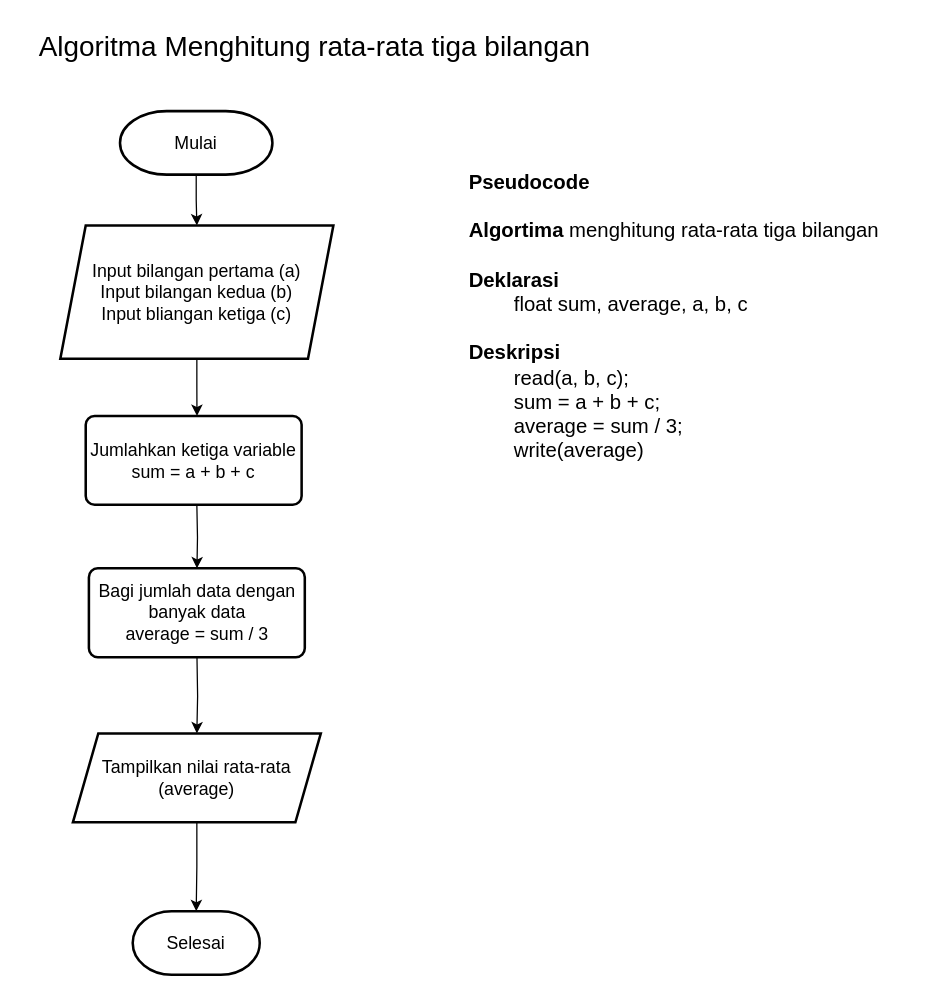
HarisHerdiansyah/tugas-alprog keeps this draw.io diagram as tugas-001/rata_rata_tiga_bilangan.drawio. Above is the earlier version. Source tidied: cells renumbered, new cells numbered last; positions are measured from the earlier drawing's top-left corner, leaving out a move shared by most shapes. Both pictures are drawn from the tidied source at 127%, with x=0, y=0 at pixel (22, 22).
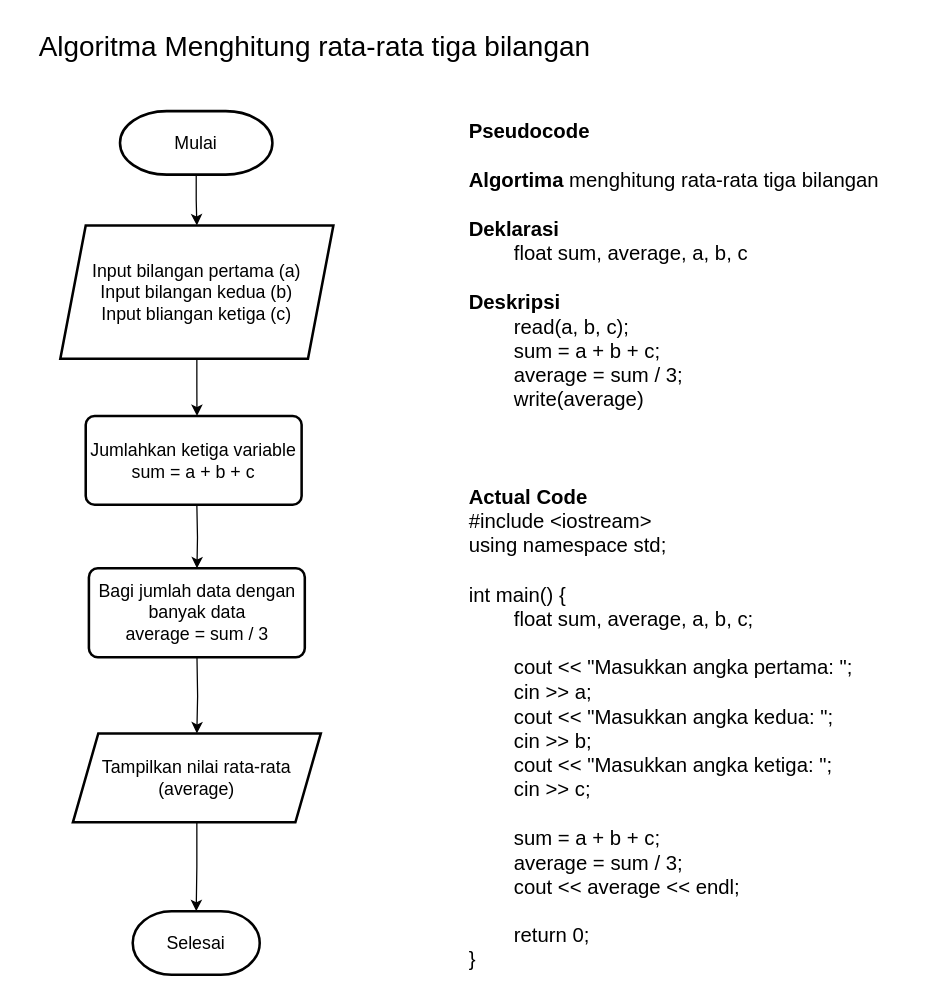
The same diagram, later.

What changed in the source:
```diff
@@
 <mxGraphModel>
   <root>
     <mxCell id="0" />
     <mxCell id="1" parent="0" />
     <mxCell id="2" style="edgeStyle=orthogonalEdgeStyle;rounded=0;jettySize=auto;html=1;" parent="1" edge="1" source="3" target="5">
       <mxGeometry relative="1" as="geometry" />
     </mxCell>
     <mxCell id="3" value="&lt;font style=&quot;font-size: 14px;&quot;&gt;Mulai&lt;/font&gt;" style="strokeWidth=2;html=1;shape=mxgraph.flowchart.terminator;whiteSpace=wrap;" parent="1" vertex="1">
       <mxGeometry x="77" y="70" width="120" height="50" as="geometry" />
     </mxCell>
     <mxCell id="4" style="edgeStyle=orthogonalEdgeStyle;rounded=0;jettySize=auto;html=1;" parent="1" edge="1" source="5">
       <mxGeometry relative="1" as="geometry">
         <mxPoint x="137.6" y="310" as="targetPoint" />
       </mxGeometry>
     </mxCell>
     <mxCell id="5" value="&lt;font style=&quot;font-size: 14px;&quot;&gt;Input bilangan pertama (a)&lt;/font&gt;&lt;div style=&quot;font-size: 14px;&quot;&gt;&lt;font style=&quot;font-size: 14px;&quot;&gt;Input bilangan kedua (b)&lt;/font&gt;&lt;/div&gt;&lt;div style=&quot;font-size: 14px;&quot;&gt;&lt;font style=&quot;font-size: 14px;&quot;&gt;Input bliangan ketiga (c)&lt;/font&gt;&lt;/div&gt;" style="shape=parallelogram;perimeter=parallelogramPerimeter;whiteSpace=wrap;html=1;fixedSize=1;strokeWidth=2;" parent="1" vertex="1">
       <mxGeometry x="30" y="160" width="215" height="105" as="geometry" />
     </mxCell>
     <mxCell id="6" style="edgeStyle=orthogonalEdgeStyle;rounded=0;orthogonalLoop=1;jettySize=auto;html=1;" parent="1" edge="1">
       <mxGeometry relative="1" as="geometry">
         <mxPoint x="137.5" y="380" as="sourcePoint" />
         <mxPoint x="137.6" y="430" as="targetPoint" />
       </mxGeometry>
     </mxCell>
     <mxCell id="7" style="edgeStyle=orthogonalEdgeStyle;rounded=0;jettySize=auto;html=1;" parent="1" edge="1" target="9">
       <mxGeometry relative="1" as="geometry">
         <mxPoint x="137.6" y="500" as="sourcePoint" />
       </mxGeometry>
     </mxCell>
     <mxCell id="8" style="edgeStyle=orthogonalEdgeStyle;rounded=0;jettySize=auto;html=1;" parent="1" edge="1" source="9" target="10">
       <mxGeometry relative="1" as="geometry" />
     </mxCell>
     <mxCell id="9" value="&lt;font style=&quot;font-size: 14px;&quot;&gt;Tampilkan nilai rata-rata&lt;/font&gt;&lt;div style=&quot;font-size: 14px;&quot;&gt;&lt;font style=&quot;font-size: 14px;&quot;&gt;(average)&lt;/font&gt;&lt;/div&gt;" style="shape=parallelogram;perimeter=parallelogramPerimeter;whiteSpace=wrap;html=1;fixedSize=1;strokeWidth=2;" parent="1" vertex="1">
       <mxGeometry x="39.9" y="560" width="195.2" height="70" as="geometry" />
     </mxCell>
     <mxCell id="10" value="&lt;font style=&quot;font-size: 14px;&quot;&gt;Selesai&lt;/font&gt;" style="strokeWidth=2;html=1;shape=mxgraph.flowchart.terminator;whiteSpace=wrap;" parent="1" vertex="1">
       <mxGeometry x="87" y="700" width="100" height="50" as="geometry" />
     </mxCell>
     <mxCell id="11" value="&lt;font style=&quot;font-size: 14px;&quot;&gt;Jumlahkan ketiga variable&lt;/font&gt;&lt;div style=&quot;font-size: 14px;&quot;&gt;&lt;font style=&quot;font-size: 14px;&quot;&gt;sum = a + b + c&lt;/font&gt;&lt;/div&gt;" style="rounded=1;whiteSpace=wrap;html=1;absoluteArcSize=1;arcSize=14;strokeWidth=2;" parent="1" vertex="1">
       <mxGeometry x="50" y="310" width="170" height="70" as="geometry" />
     </mxCell>
     <mxCell id="12" value="&lt;font style=&quot;font-size: 14px;&quot;&gt;Bagi jumlah data dengan banyak data&lt;/font&gt;&lt;div style=&quot;font-size: 14px;&quot;&gt;average = sum / 3&lt;/div&gt;" style="rounded=1;whiteSpace=wrap;html=1;absoluteArcSize=1;arcSize=14;strokeWidth=2;" parent="1" vertex="1">
       <mxGeometry x="52.5" y="430" width="170" height="70" as="geometry" />
     </mxCell>
     <mxCell id="13" value="&lt;font style=&quot;font-size: 22px;&quot;&gt;Algoritma Menghitung rata-rata tiga bilangan&lt;/font&gt;" style="text;html=1;align=center;verticalAlign=middle;strokeColor=none;fillColor=none;" parent="1" vertex="1">
       <mxGeometry width="460" height="40" as="geometry" />
     </mxCell>
-    <mxCell id="14" value="&lt;div&gt;&lt;font style=&quot;font-size: 16px;&quot;&gt;&lt;b&gt;Pseudocode&lt;/b&gt;&lt;/font&gt;&lt;/div&gt;&lt;div&gt;&lt;font style=&quot;font-size: 16px;&quot;&gt;&lt;br&gt;&lt;/font&gt;&lt;/div&gt;&lt;font style=&quot;font-size: 16px;&quot;&gt;&lt;b&gt;Algortima&lt;/b&gt; menghitung rata-rata tiga bilangan&lt;/font&gt;&lt;div style=&quot;font-size: 16px;&quot;&gt;&lt;font style=&quot;font-size: 16px;&quot;&gt;&lt;br&gt;&lt;/font&gt;&lt;/div&gt;&lt;div style=&quot;font-size: 16px;&quot;&gt;&lt;font style=&quot;font-size: 16px;&quot;&gt;&lt;b&gt;Deklarasi&lt;/b&gt;&lt;/font&gt;&lt;/div&gt;&lt;div style=&quot;font-size: 16px;&quot;&gt;&lt;font style=&quot;font-size: 16px;&quot;&gt;&lt;span style=&quot;white-space: pre;&quot;&gt;&#9;&lt;/span&gt;float sum, average, a, b, c&lt;br&gt;&lt;/font&gt;&lt;/div&gt;&lt;div style=&quot;font-size: 16px;&quot;&gt;&lt;font style=&quot;font-size: 16px;&quot;&gt;&lt;br&gt;&lt;/font&gt;&lt;/div&gt;&lt;div style=&quot;font-size: 16px;&quot;&gt;&lt;font style=&quot;font-size: 16px;&quot;&gt;&lt;b&gt;Deskripsi&lt;/b&gt;&lt;/font&gt;&lt;/div&gt;&lt;div style=&quot;font-size: 16px;&quot;&gt;&lt;font style=&quot;font-size: 16px;&quot;&gt;&lt;span style=&quot;white-space: pre;&quot;&gt;&#9;&lt;/span&gt;read(a, b, c);&lt;br&gt;&lt;/font&gt;&lt;/div&gt;&lt;div style=&quot;font-size: 16px;&quot;&gt;&lt;font style=&quot;font-size: 16px;&quot;&gt;&lt;span style=&quot;white-space: pre;&quot;&gt;&#9;&lt;/span&gt;sum = a + b + c;&lt;br&gt;&lt;/font&gt;&lt;/div&gt;&lt;div style=&quot;font-size: 16px;&quot;&gt;&lt;font style=&quot;font-size: 16px;&quot;&gt;&lt;span style=&quot;white-space: pre;&quot;&gt;&#9;&lt;/span&gt;average = sum / 3;&lt;br&gt;&lt;/font&gt;&lt;/div&gt;&lt;div style=&quot;font-size: 16px;&quot;&gt;&lt;font style=&quot;font-size: 16px;&quot;&gt;&lt;span style=&quot;white-space: pre;&quot;&gt;&#9;&lt;/span&gt;write(average)&lt;br&gt;&lt;/font&gt;&lt;/div&gt;&lt;div style=&quot;font-size: 16px;&quot;&gt;&lt;br&gt;&lt;/div&gt;" style="text;html=1;align=left;verticalAlign=top;strokeColor=none;fillColor=none;" parent="1" vertex="1">
-      <mxGeometry x="350" y="110" width="350" height="260" as="geometry" />
+    <mxCell id="14" value="&lt;div&gt;&lt;font style=&quot;font-size: 16px;&quot;&gt;&lt;b&gt;Pseudocode&lt;/b&gt;&lt;/font&gt;&lt;/div&gt;&lt;div&gt;&lt;font style=&quot;font-size: 16px;&quot;&gt;&lt;br&gt;&lt;/font&gt;&lt;/div&gt;&lt;font style=&quot;font-size: 16px;&quot;&gt;&lt;b&gt;Algortima&lt;/b&gt; menghitung rata-rata tiga bilangan&lt;/font&gt;&lt;div style=&quot;font-size: 16px;&quot;&gt;&lt;font style=&quot;font-size: 16px;&quot;&gt;&lt;br&gt;&lt;/font&gt;&lt;/div&gt;&lt;div style=&quot;font-size: 16px;&quot;&gt;&lt;font style=&quot;font-size: 16px;&quot;&gt;&lt;b&gt;Deklarasi&lt;/b&gt;&lt;/font&gt;&lt;/div&gt;&lt;div style=&quot;font-size: 16px;&quot;&gt;&lt;font style=&quot;font-size: 16px;&quot;&gt;&lt;span style=&quot;white-space: pre;&quot;&gt;&#9;&lt;/span&gt;float sum, average, a, b, c&lt;br&gt;&lt;/font&gt;&lt;/div&gt;&lt;div style=&quot;font-size: 16px;&quot;&gt;&lt;font style=&quot;font-size: 16px;&quot;&gt;&lt;br&gt;&lt;/font&gt;&lt;/div&gt;&lt;div style=&quot;font-size: 16px;&quot;&gt;&lt;font style=&quot;font-size: 16px;&quot;&gt;&lt;b&gt;Deskripsi&lt;/b&gt;&lt;/font&gt;&lt;/div&gt;&lt;div style=&quot;font-size: 16px;&quot;&gt;&lt;font style=&quot;font-size: 16px;&quot;&gt;&lt;span style=&quot;white-space: pre;&quot;&gt;&#9;&lt;/span&gt;read(a, b, c);&lt;br&gt;&lt;/font&gt;&lt;/div&gt;&lt;div style=&quot;font-size: 16px;&quot;&gt;&lt;font style=&quot;font-size: 16px;&quot;&gt;&lt;span style=&quot;white-space: pre;&quot;&gt;&#9;&lt;/span&gt;sum = a + b + c;&lt;br&gt;&lt;/font&gt;&lt;/div&gt;&lt;div style=&quot;font-size: 16px;&quot;&gt;&lt;font style=&quot;font-size: 16px;&quot;&gt;&lt;span style=&quot;white-space: pre;&quot;&gt;&#9;&lt;/span&gt;average = sum / 3;&lt;br&gt;&lt;/font&gt;&lt;/div&gt;&lt;div style=&quot;font-size: 16px;&quot;&gt;&lt;font style=&quot;font-size: 16px;&quot;&gt;&lt;span style=&quot;white-space: pre;&quot;&gt;&#9;&lt;/span&gt;write(average)&lt;br&gt;&lt;/font&gt;&lt;/div&gt;&lt;div style=&quot;font-size: 16px;&quot;&gt;&lt;br&gt;&lt;/div&gt;&lt;div style=&quot;font-size: 16px;&quot;&gt;&lt;br&gt;&lt;/div&gt;&lt;div style=&quot;font-size: 16px;&quot;&gt;&lt;br&gt;&lt;/div&gt;&lt;div style=&quot;font-size: 16px;&quot;&gt;&lt;b&gt;Actual Code&lt;/b&gt;&lt;/div&gt;&lt;div style=&quot;font-size: 16px;&quot;&gt;#include &amp;lt;iostream&amp;gt;&lt;/div&gt;&lt;div style=&quot;font-size: 16px;&quot;&gt;using namespace std;&lt;/div&gt;&lt;div style=&quot;font-size: 16px;&quot;&gt;&lt;br&gt;&lt;/div&gt;&lt;div style=&quot;font-size: 16px;&quot;&gt;int main() {&lt;/div&gt;&lt;div style=&quot;font-size: 16px;&quot;&gt;&lt;span style=&quot;white-space: pre;&quot;&gt;&#9;&lt;/span&gt;float sum, average, a, b, c;&lt;br&gt;&lt;/div&gt;&lt;div style=&quot;font-size: 16px;&quot;&gt;&lt;span style=&quot;white-space: pre;&quot;&gt;&#9;&lt;/span&gt;&lt;br&gt;&lt;/div&gt;&lt;div style=&quot;font-size: 16px;&quot;&gt;&lt;span style=&quot;white-space: pre;&quot;&gt;&#9;&lt;/span&gt;cout &amp;lt;&amp;lt; &quot;Masukkan angka pertama: &quot;;&lt;br&gt;&lt;/div&gt;&lt;div style=&quot;font-size: 16px;&quot;&gt;&lt;span style=&quot;white-space: pre;&quot;&gt;&#9;&lt;/span&gt;cin &amp;gt;&amp;gt; a;&lt;br&gt;&lt;/div&gt;&lt;div style=&quot;font-size: 16px;&quot;&gt;&lt;div&gt;&lt;span style=&quot;white-space-collapse: preserve;&quot;&gt;&#9;&lt;/span&gt;cout &amp;lt;&amp;lt; &quot;Masukkan angka kedua: &quot;;&lt;br&gt;&lt;/div&gt;&lt;div&gt;&lt;span style=&quot;white-space-collapse: preserve;&quot;&gt;&#9;&lt;/span&gt;cin &amp;gt;&amp;gt; b;&lt;/div&gt;&lt;div&gt;&lt;div&gt;&lt;span style=&quot;white-space-collapse: preserve;&quot;&gt;&#9;&lt;/span&gt;cout &amp;lt;&amp;lt; &quot;Masukkan angka ketiga: &quot;;&lt;br&gt;&lt;/div&gt;&lt;div&gt;&lt;span style=&quot;white-space-collapse: preserve;&quot;&gt;&#9;&lt;/span&gt;cin &amp;gt;&amp;gt; c;&lt;/div&gt;&lt;/div&gt;&lt;div&gt;&lt;br&gt;&lt;/div&gt;&lt;div&gt;&lt;span style=&quot;white-space: pre;&quot;&gt;&#9;&lt;/span&gt;sum = a + b + c;&lt;br&gt;&lt;/div&gt;&lt;div&gt;&lt;span style=&quot;white-space: pre;&quot;&gt;&#9;&lt;/span&gt;average = sum / 3;&lt;br&gt;&lt;/div&gt;&lt;div&gt;&lt;span style=&quot;white-space: pre;&quot;&gt;&#9;&lt;/span&gt;cout &amp;lt;&amp;lt; average &amp;lt;&amp;lt; endl;&lt;br&gt;&lt;/div&gt;&lt;/div&gt;&lt;div style=&quot;font-size: 16px;&quot;&gt;&lt;span style=&quot;white-space: pre;&quot;&gt;&#9;&lt;/span&gt;&lt;br&gt;&lt;/div&gt;&lt;div style=&quot;font-size: 16px;&quot;&gt;&lt;span style=&quot;white-space: pre;&quot;&gt;&#9;&lt;/span&gt;return 0;&lt;br&gt;&lt;/div&gt;&lt;div style=&quot;font-size: 16px;&quot;&gt;}&lt;/div&gt;" style="text;html=1;align=left;verticalAlign=top;strokeColor=none;fillColor=none;" parent="1" vertex="1">
+      <mxGeometry x="350" y="70" width="350" height="690" as="geometry" />
     </mxCell>
   </root>
 </mxGraphModel>
```
